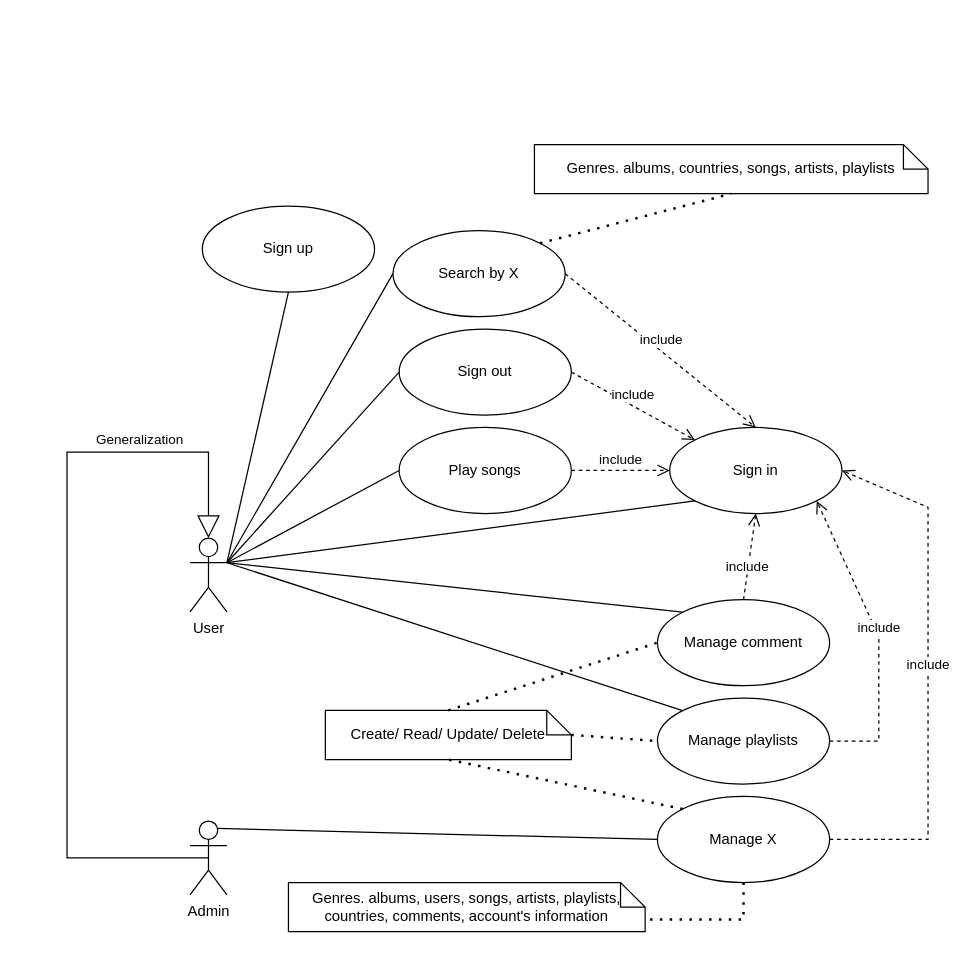
Earlier version of the draw.io diagram page "Page-1" (1 of 2) of PlanExcel/music_uc_diagram.drawio (namcao502/MUSIC). Source tidied: cells renumbered, new cells numbered last; positions are measured from the earlier drawing's top-left corner, leaving out a move shared by most shapes. Both pictures are drawn from the tidied source at 123%, with x=0, y=0 at pixel (66, 144).
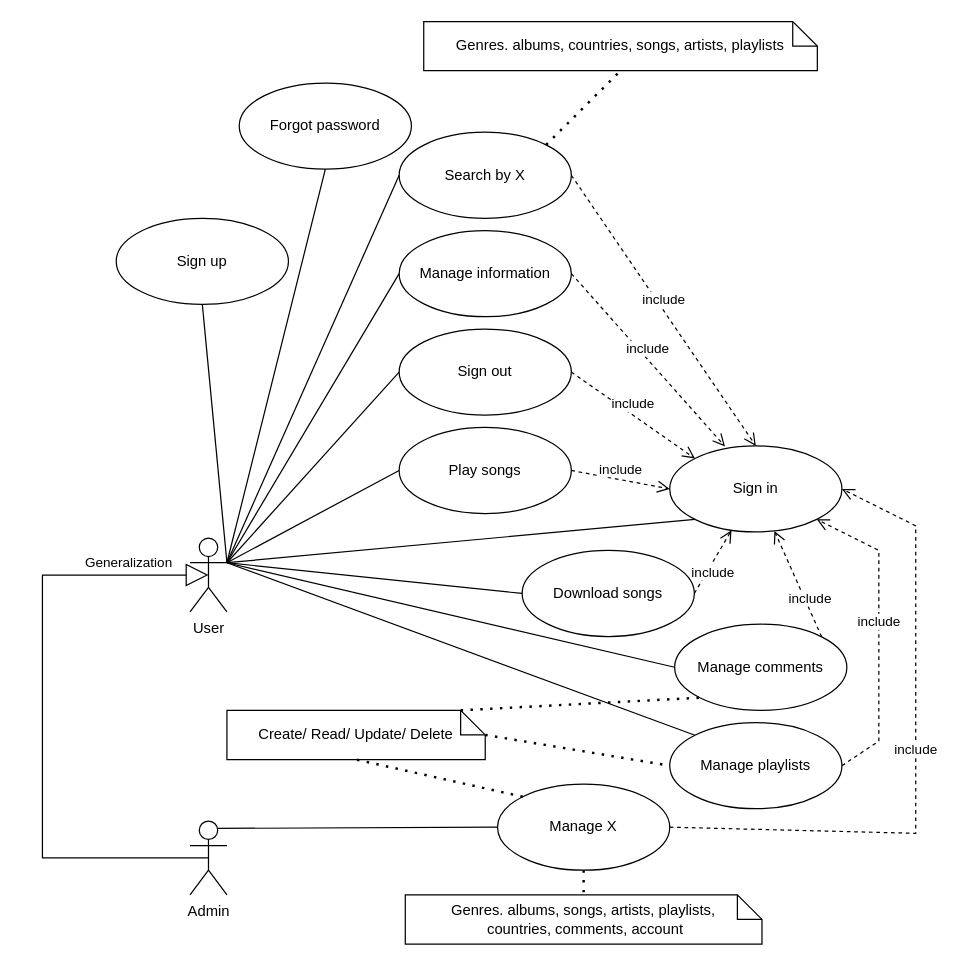
Above is the later version.

The change refers to these unchanged cells:
```xml
<mxCell id="2" value="User" style="shape=umlActor;verticalLabelPosition=bottom;verticalAlign=top;html=1;outlineConnect=0;" parent="1" vertex="1">
  <mxGeometry x="100" y="320" width="30" height="60" as="geometry" />
</mxCell>
<mxCell id="3" value="Admin" style="shape=umlActor;verticalLabelPosition=bottom;verticalAlign=top;html=1;outlineConnect=0;" parent="1" vertex="1">
  <mxGeometry x="100" y="550" width="30" height="60" as="geometry" />
</mxCell>
```

The edit, as a diff of the source:
```diff
@@
     <mxCell id="4" value="Sign in" style="ellipse;whiteSpace=wrap;html=1;" parent="1" vertex="1">
-      <mxGeometry x="490" y="230" width="140" height="70" as="geometry" />
+      <mxGeometry x="490" y="245" width="140" height="70" as="geometry" />
     </mxCell>
@@
     <mxCell id="6" value="Sign up" style="ellipse;whiteSpace=wrap;html=1;" parent="1" vertex="1">
-      <mxGeometry x="110" y="50" width="140" height="70" as="geometry" />
+      <mxGeometry x="40" y="60" width="140" height="70" as="geometry" />
     </mxCell>
     <mxCell id="7" value="Search by X" style="ellipse;whiteSpace=wrap;html=1;" parent="1" vertex="1">
-      <mxGeometry x="265" y="70" width="140" height="70" as="geometry" />
+      <mxGeometry x="270" y="-10" width="140" height="70" as="geometry" />
     </mxCell>
@@
-    <mxCell id="9" value="Manage comment" style="ellipse;whiteSpace=wrap;html=1;" parent="1" vertex="1">
-      <mxGeometry x="480" y="370" width="140" height="70" as="geometry" />
+    <mxCell id="9" value="Manage comments" style="ellipse;whiteSpace=wrap;html=1;" parent="1" vertex="1">
+      <mxGeometry x="494" y="390" width="140" height="70" as="geometry" />
     </mxCell>
@@
     <mxCell id="11" value="Create/ Read/ Update/ Delete" style="shape=note;size=20;whiteSpace=wrap;html=1;" parent="1" vertex="1">
-      <mxGeometry x="210" y="460" width="200" height="40" as="geometry" />
+      <mxGeometry x="130" y="460" width="210" height="40" as="geometry" />
     </mxCell>
     <mxCell id="12" value="Manage playlists" style="ellipse;whiteSpace=wrap;html=1;" parent="1" vertex="1">
-      <mxGeometry x="480" y="450" width="140" height="70" as="geometry" />
+      <mxGeometry x="490" y="470" width="140" height="70" as="geometry" />
     </mxCell>
     <mxCell id="13" value="Manage X" style="ellipse;whiteSpace=wrap;html=1;" parent="1" vertex="1">
-      <mxGeometry x="480" y="530" width="140" height="70" as="geometry" />
+      <mxGeometry x="350" y="520" width="140" height="70" as="geometry" />
     </mxCell>
@@
-    <mxCell id="15" value="Genres. albums, users, songs, artists, playlists, countries, comments, account's information" style="shape=note;size=20;whiteSpace=wrap;html=1;" parent="1" vertex="1">
-      <mxGeometry x="180" y="600" width="290" height="40" as="geometry" />
+    <mxCell id="15" value="Genres. albums, songs, artists, playlists,&lt;br&gt;&amp;nbsp;countries, comments, account" style="shape=note;size=20;whiteSpace=wrap;html=1;" parent="1" vertex="1">
+      <mxGeometry x="275" y="610" width="290" height="40" as="geometry" />
     </mxCell>
@@
-    <mxCell id="17" style="endArrow=none;dashed=1;html=1;dashPattern=1 3;strokeWidth=2;rounded=0;exitX=0.5;exitY=1;exitDx=0;exitDy=0;entryX=0;entryY=0;entryDx=290;entryDy=30;entryPerimeter=0;" parent="1" edge="1" source="13" target="15">
-      <mxGeometry relative="1" as="geometry">
-        <Array as="points">
-          <mxPoint x="550" y="630" />
-        </Array>
-      </mxGeometry>
+    <mxCell id="17" style="endArrow=none;dashed=1;html=1;dashPattern=1 3;strokeWidth=2;rounded=0;exitX=0.5;exitY=1;exitDx=0;exitDy=0;" parent="1" edge="1" source="13" target="15">
+      <mxGeometry relative="1" as="geometry" />
     </mxCell>
-    <mxCell id="18" value="include" style="html=1;verticalAlign=bottom;endArrow=open;dashed=1;endSize=8;rounded=0;exitX=0.5;exitY=0;exitDx=0;exitDy=0;entryX=0.5;entryY=1;entryDx=0;entryDy=0;" parent="1" edge="1" source="9" target="4">
+    <mxCell id="18" value="include" style="html=1;verticalAlign=bottom;endArrow=open;dashed=1;endSize=8;rounded=0;exitX=1;exitY=0;exitDx=0;exitDy=0;" parent="1" edge="1" source="9" target="4">
       <mxGeometry x="-0.5" relative="1" as="geometry" />
     </mxCell>
     <mxCell id="19" value="include" style="html=1;verticalAlign=bottom;endArrow=open;dashed=1;endSize=8;rounded=0;exitX=1;exitY=0.5;exitDx=0;exitDy=0;entryX=1;entryY=1;entryDx=0;entryDy=0;" parent="1" edge="1" source="12" target="4">
       <mxGeometry relative="1" as="geometry">
         <Array as="points">
           <mxPoint x="660" y="485" />
-          <mxPoint x="660" y="400" />
+          <mxPoint x="660" y="330" />
         </Array>
       </mxGeometry>
     </mxCell>
     <mxCell id="20" value="include" style="html=1;verticalAlign=bottom;endArrow=open;dashed=1;endSize=8;rounded=0;exitX=1;exitY=0.5;exitDx=0;exitDy=0;entryX=1;entryY=0.5;entryDx=0;entryDy=0;" parent="1" edge="1" source="13" target="4">
       <mxGeometry relative="1" as="geometry">
         <Array as="points">
-          <mxPoint x="700" y="565" />
-          <mxPoint x="700" y="295" />
+          <mxPoint x="690" y="560" />
+          <mxPoint x="690" y="310" />
         </Array>
       </mxGeometry>
     </mxCell>
@@
-    <mxCell id="22" style="endArrow=none;dashed=1;html=1;dashPattern=1 3;strokeWidth=2;rounded=0;exitX=0;exitY=0;exitDx=200;exitDy=20;exitPerimeter=0;entryX=0;entryY=0.5;entryDx=0;entryDy=0;" parent="1" edge="1" source="11" target="12">
+    <mxCell id="22" style="endArrow=none;dashed=1;html=1;dashPattern=1 3;strokeWidth=2;rounded=0;exitX=0;exitY=0;exitDx=210;exitDy=20;exitPerimeter=0;entryX=0;entryY=0.5;entryDx=0;entryDy=0;" parent="1" edge="1" source="11" target="12">
       <mxGeometry relative="1" as="geometry" />
     </mxCell>
-    <mxCell id="23" style="endArrow=none;dashed=1;html=1;dashPattern=1 3;strokeWidth=2;rounded=0;entryX=0;entryY=0.5;entryDx=0;entryDy=0;exitX=0.5;exitY=0;exitDx=0;exitDy=0;exitPerimeter=0;" parent="1" edge="1" source="11" target="9">
+    <mxCell id="23" style="endArrow=none;dashed=1;html=1;dashPattern=1 3;strokeWidth=2;rounded=0;entryX=0;entryY=1;entryDx=0;entryDy=0;exitX=0;exitY=0;exitDx=190;exitDy=0;exitPerimeter=0;" parent="1" edge="1" source="11" target="9">
       <mxGeometry relative="1" as="geometry" />
     </mxCell>
     <mxCell id="24" value="Genres. albums, countries, songs, artists, playlists" style="shape=note;size=20;whiteSpace=wrap;html=1;" parent="1" vertex="1">
-      <mxGeometry x="380" width="320" height="40" as="geometry" />
+      <mxGeometry x="290" y="-100" width="320" height="40" as="geometry" />
     </mxCell>
@@
-    <mxCell id="26" value="Generalization" style="endArrow=block;endSize=16;endFill=0;html=1;rounded=0;exitX=0.5;exitY=0.5;exitDx=0;exitDy=0;exitPerimeter=0;entryX=0.5;entryY=0;entryDx=0;entryDy=0;entryPerimeter=0;" parent="1" edge="1" source="3" target="2">
-      <mxGeometry x="0.6" y="10" relative="1" as="geometry">
+    <mxCell id="26" value="Generalization" style="endArrow=block;endSize=16;endFill=0;html=1;rounded=0;exitX=0.5;exitY=0.5;exitDx=0;exitDy=0;exitPerimeter=0;entryX=0.5;entryY=0.5;entryDx=0;entryDy=0;entryPerimeter=0;" parent="1" edge="1" source="3" target="2">
+      <mxGeometry x="0.74" y="10" relative="1" as="geometry">
         <Array as="points">
-          <mxPoint y="580" />
-          <mxPoint y="250" />
-          <mxPoint x="115" y="250" />
+          <mxPoint x="-20" y="580" />
+          <mxPoint x="-20" y="350" />
+          <mxPoint x="40" y="350" />
         </Array>
       </mxGeometry>
     </mxCell>
@@
-    <mxCell id="30" style="endArrow=none;html=1;rounded=0;entryX=1;entryY=0.3333333333333333;entryDx=0;entryDy=0;entryPerimeter=0;exitX=0;exitY=0;exitDx=0;exitDy=0;" parent="1" edge="1" source="9" target="2">
+    <mxCell id="30" style="endArrow=none;html=1;rounded=0;entryX=1;entryY=0.3333333333333333;entryDx=0;entryDy=0;entryPerimeter=0;exitX=0;exitY=0.5;exitDx=0;exitDy=0;" parent="1" edge="1" source="9" target="2">
       <mxGeometry relative="1" as="geometry" />
     </mxCell>
@@
+    <mxCell id="35" value="Manage information" style="ellipse;whiteSpace=wrap;html=1;" parent="1" vertex="1">
+      <mxGeometry x="270" y="70" width="140" height="70" as="geometry" />
+    </mxCell>
+    <mxCell id="36" value="include" style="html=1;verticalAlign=bottom;endArrow=open;dashed=1;endSize=8;rounded=0;exitX=1;exitY=0.5;exitDx=0;exitDy=0;entryX=0.321;entryY=0.006;entryDx=0;entryDy=0;entryPerimeter=0;" parent="1" edge="1" source="35" target="4">
+      <mxGeometry relative="1" as="geometry" />
+    </mxCell>
+    <mxCell id="37" style="endArrow=none;html=1;rounded=0;entryX=0;entryY=0.5;entryDx=0;entryDy=0;exitX=1;exitY=0.3333333333333333;exitDx=0;exitDy=0;exitPerimeter=0;" parent="1" edge="1" source="2" target="35">
+      <mxGeometry relative="1" as="geometry" />
+    </mxCell>
+    <mxCell id="38" value="Forgot password" style="ellipse;whiteSpace=wrap;html=1;" parent="1" vertex="1">
+      <mxGeometry x="140" y="-50" width="140" height="70" as="geometry" />
+    </mxCell>
+    <mxCell id="39" style="endArrow=none;html=1;rounded=0;entryX=0.5;entryY=1;entryDx=0;entryDy=0;exitX=1;exitY=0.3333333333333333;exitDx=0;exitDy=0;exitPerimeter=0;" parent="1" edge="1" source="2" target="38">
+      <mxGeometry relative="1" as="geometry" />
+    </mxCell>
+    <mxCell id="40" value="Download songs" style="ellipse;whiteSpace=wrap;html=1;" parent="1" vertex="1">
+      <mxGeometry x="370" y="330" width="140" height="70" as="geometry" />
+    </mxCell>
+    <mxCell id="41" style="endArrow=none;html=1;rounded=0;exitX=1;exitY=0.3333333333333333;exitDx=0;exitDy=0;exitPerimeter=0;entryX=0;entryY=0.5;entryDx=0;entryDy=0;" parent="1" edge="1" source="2" target="40">
+      <mxGeometry relative="1" as="geometry" />
+    </mxCell>
+    <mxCell id="42" value="include" style="html=1;verticalAlign=bottom;endArrow=open;dashed=1;endSize=8;rounded=0;exitX=1;exitY=0.5;exitDx=0;exitDy=0;" parent="1" edge="1" source="40" target="4">
+      <mxGeometry x="-0.5" y="-9" relative="1" as="geometry" />
+    </mxCell>
```
